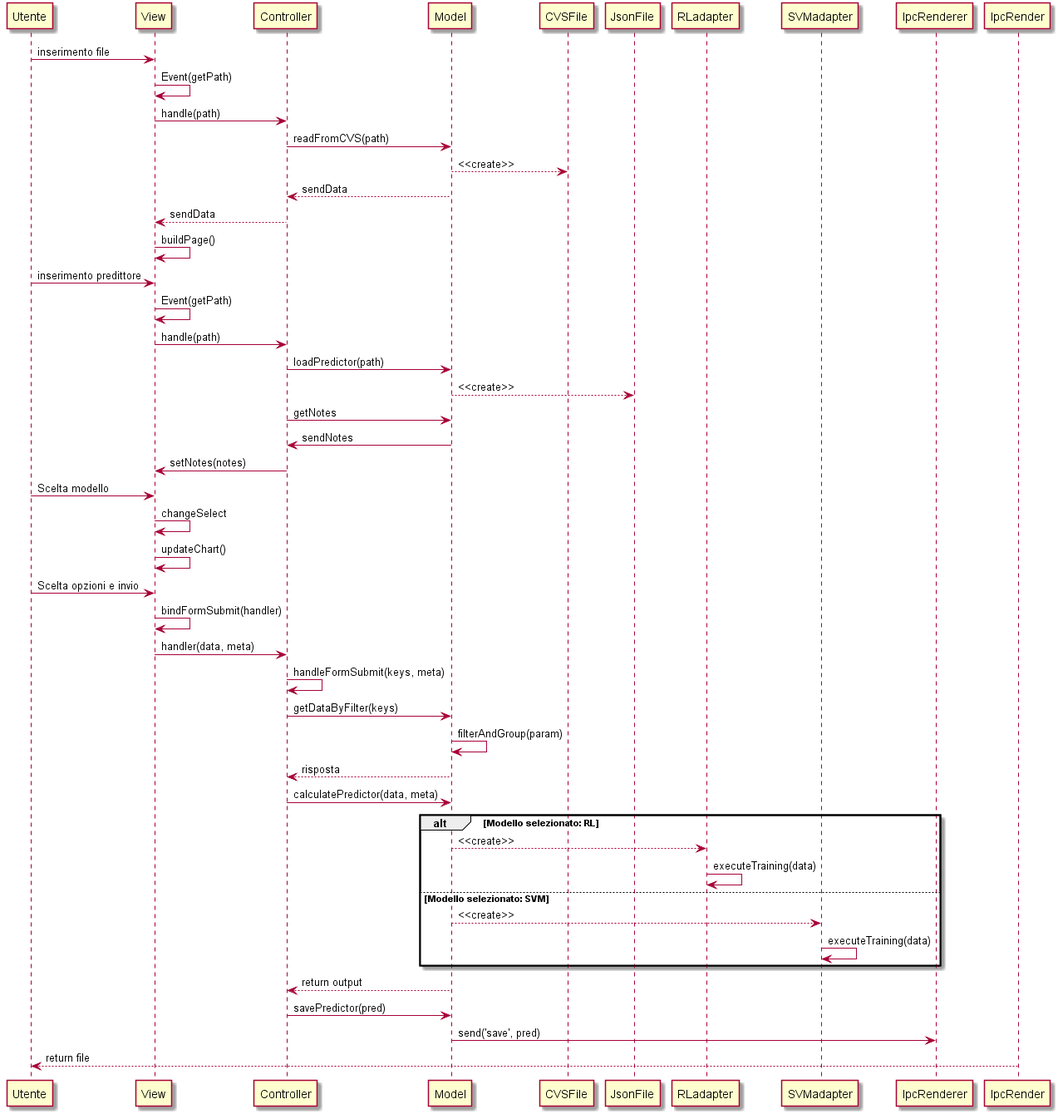
Earlier version of the PlantUML export esterni/diagrammi/diagrammi-training-app/out/sequenceDiagram2.png (sofiabononi/project-docs).
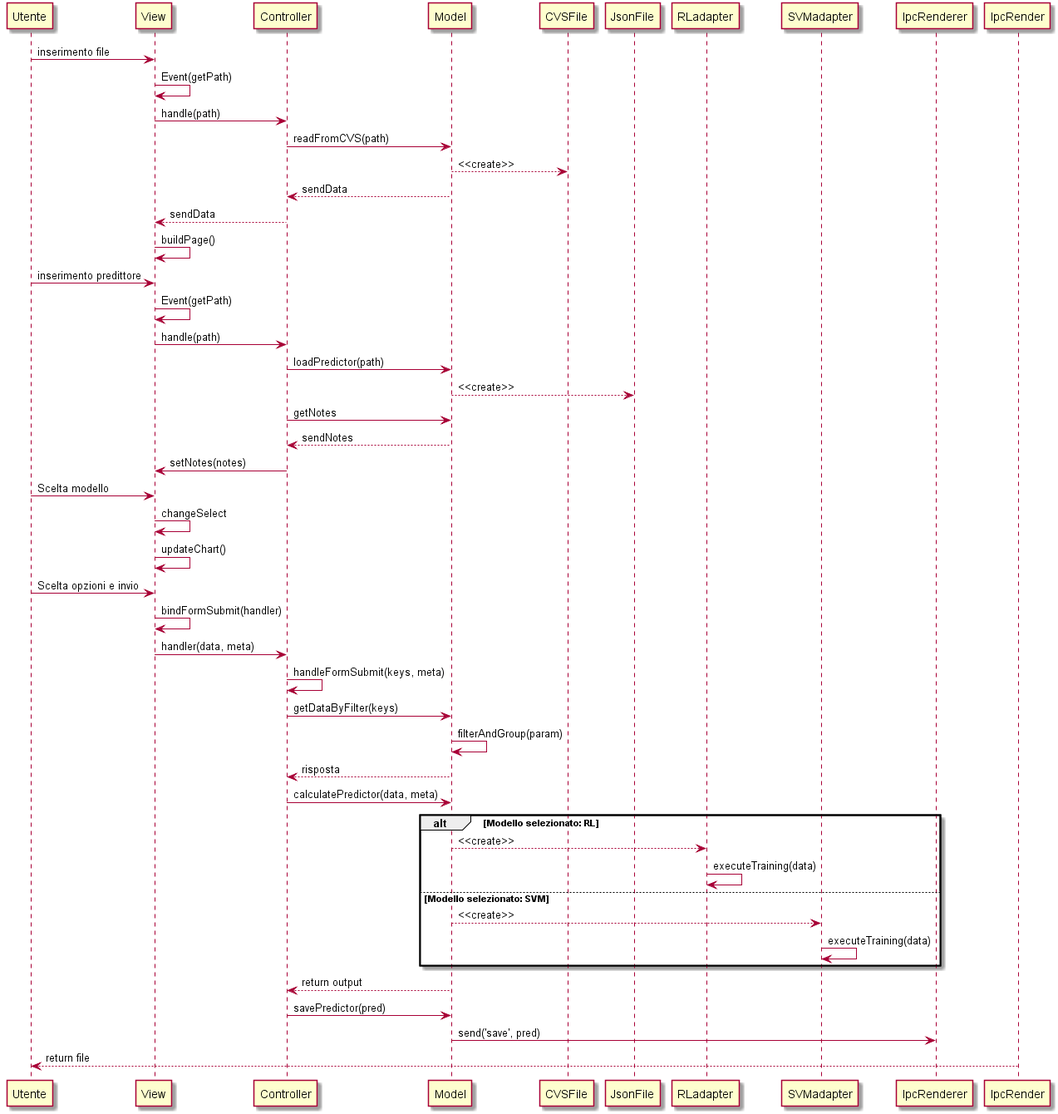
The same diagram one commit later.

Commit message:
docs: correggi errore diagramma di sequenza con predittore

Change to the diagram source:
```diff
@@ -23,7 +23,7 @@
 Model --> JsonFile: <<create>>
 
 Controller -> Model: getNotes
-Model -> Controller: sendNotes
+Model --> Controller: sendNotes
 
 Controller -> View: setNotes(notes)
 
```
